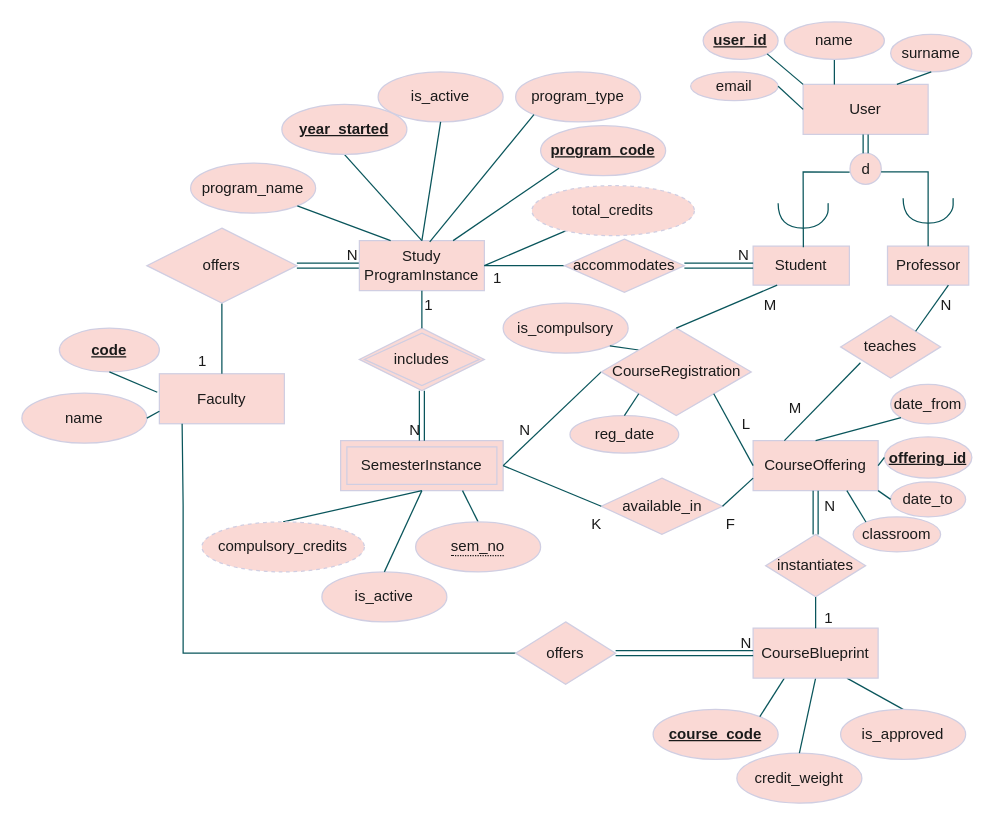
Above: DBschema.drawio in dmitru4ok/course-management (draw.io), before the change. Source tidied: cells renumbered, new cells numbered last; positions are measured from the earlier drawing's top-left corner, leaving out a move shared by most shapes. Both pictures are drawn from the tidied source at 125%, with x=0, y=0 at pixel (21, 21).
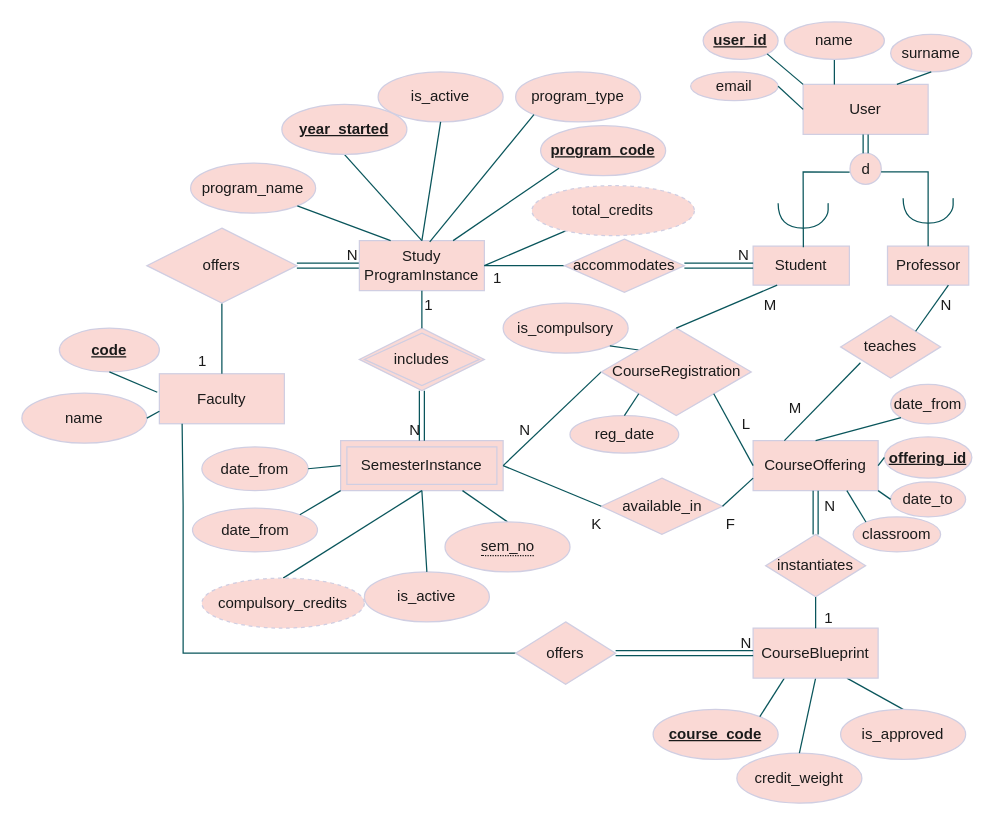
The same diagram, later.

The change refers to these unchanged cells:
```xml
<mxCell id="11" value="SemesterInstance" style="shape=ext;margin=3;double=1;whiteSpace=wrap;html=1;align=center;labelBackgroundColor=none;fillColor=#FAD9D5;strokeColor=#D0CEE2;fontColor=#1A1A1A;" parent="1" vertex="1">
  <mxGeometry x="255" y="335" width="130" height="40" as="geometry" />
</mxCell>
```

Change to the diagram source:
```diff
@@
     <mxCell id="21" value="&lt;span style=&quot;border-bottom-width: 1px; border-bottom-style: dotted; border-bottom-color: currentcolor;&quot;&gt;sem_no&lt;/span&gt;" style="ellipse;whiteSpace=wrap;html=1;align=center;labelBackgroundColor=none;fillColor=#FAD9D5;strokeColor=#D0CEE2;fontColor=#1A1A1A;" parent="1" vertex="1">
-      <mxGeometry x="315" y="400" width="100" height="40" as="geometry" />
+      <mxGeometry x="338.5" y="400" width="100" height="40" as="geometry" />
     </mxCell>
@@
     <mxCell id="25" value="compulsory_credits" style="ellipse;whiteSpace=wrap;html=1;align=center;dashed=1;labelBackgroundColor=none;fillColor=#FAD9D5;strokeColor=#D0CEE2;fontColor=#1A1A1A;" parent="1" vertex="1">
-      <mxGeometry x="144" y="400" width="130" height="40" as="geometry" />
+      <mxGeometry x="144" y="445" width="130" height="40" as="geometry" />
     </mxCell>
@@
     <mxCell id="37" value="is_active" style="ellipse;whiteSpace=wrap;html=1;align=center;labelBackgroundColor=none;fillColor=#FAD9D5;strokeColor=#D0CEE2;fontColor=#1A1A1A;" parent="1" vertex="1">
-      <mxGeometry x="240" y="440" width="100" height="40" as="geometry" />
+      <mxGeometry x="274" y="440" width="100" height="40" as="geometry" />
     </mxCell>
@@
+    <mxCell id="105" value="date_from" style="ellipse;whiteSpace=wrap;html=1;align=center;labelBackgroundColor=none;fillColor=#FAD9D5;strokeColor=#D0CEE2;fontColor=#1A1A1A;" parent="1" vertex="1">
+      <mxGeometry x="144" y="340" width="85" height="35" as="geometry" />
+    </mxCell>
+    <mxCell id="106" value="date_from" style="ellipse;whiteSpace=wrap;html=1;align=center;labelBackgroundColor=none;fillColor=#FAD9D5;strokeColor=#D0CEE2;fontColor=#1A1A1A;" parent="1" vertex="1">
+      <mxGeometry x="136.5" y="389" width="100" height="35" as="geometry" />
+    </mxCell>
+    <mxCell id="107" style="endArrow=none;html=1;rounded=0;exitX=0;exitY=0.5;exitDx=0;exitDy=0;entryX=1;entryY=0.5;entryDx=0;entryDy=0;labelBackgroundColor=none;fontColor=default;strokeColor=#09555B;" parent="1" edge="1" source="11" target="105">
+      <mxGeometry relative="1" as="geometry" />
+    </mxCell>
+    <mxCell id="108" style="endArrow=none;html=1;rounded=0;exitX=0;exitY=1;exitDx=0;exitDy=0;entryX=1;entryY=0;entryDx=0;entryDy=0;labelBackgroundColor=none;fontColor=default;strokeColor=#09555B;" parent="1" edge="1" source="11" target="106">
+      <mxGeometry relative="1" as="geometry" />
+    </mxCell>
```
